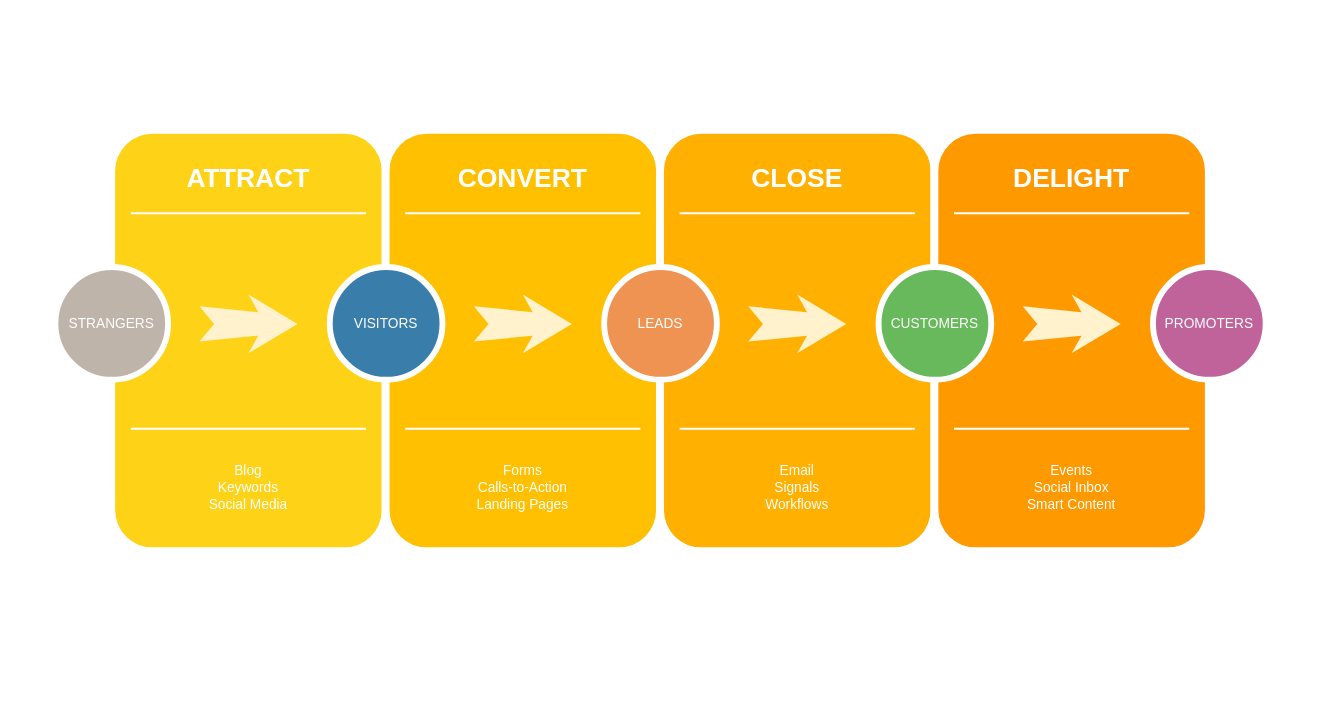
Earlier version of the draw.io diagram Untitled Diagram.drawio (RASAAS/NMPAWORKFLOW). Source tidied: cells renumbered, new cells numbered last; positions are measured from the earlier drawing's top-left corner, leaving out a move shared by most shapes. Both pictures are drawn from the tidied source at 98%, with x=0, y=0 at pixel (55, 129).
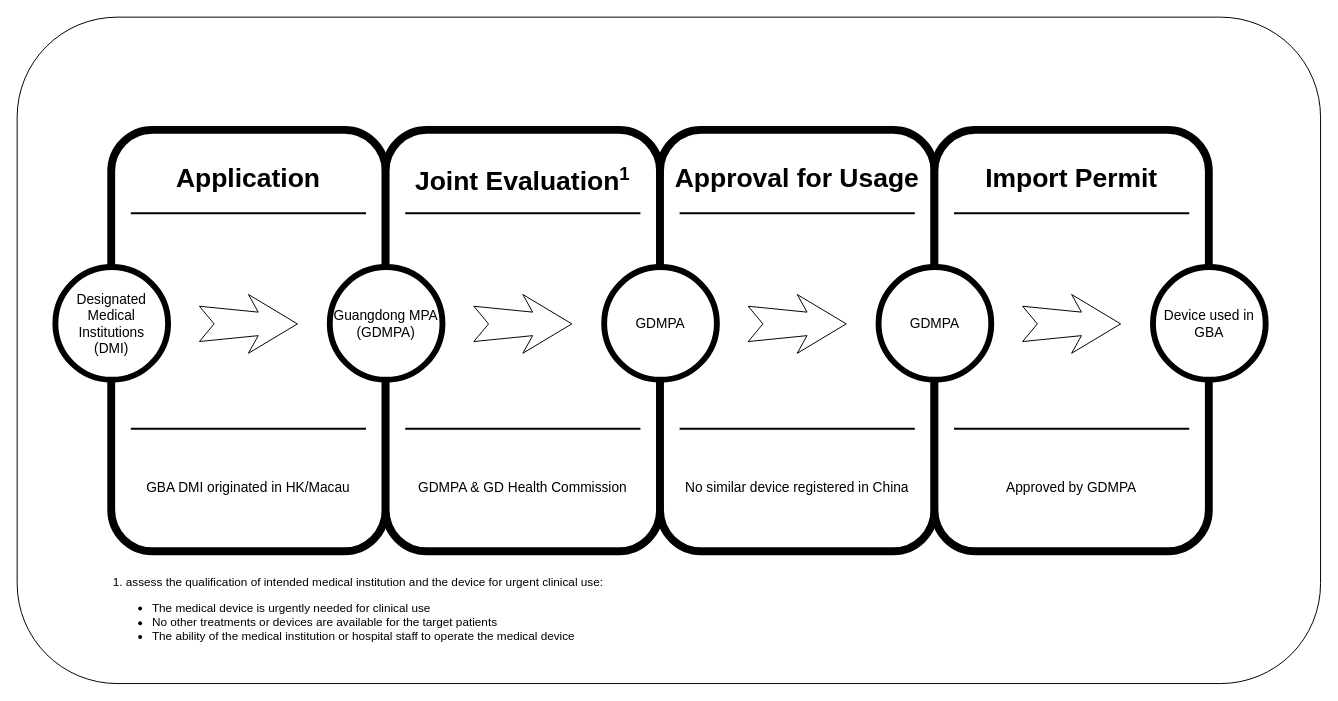
The same diagram, later.

Change to the diagram source:
```diff
@@
+    <mxCell id="31" style="whiteSpace=wrap;html=1;rounded=1;" parent="1" vertex="1">
+      <mxGeometry x="-39" y="-115" width="1330" height="680" as="geometry" />
+    </mxCell>
-    <mxCell id="2" style="whiteSpace=wrap;html=1;rounded=1;shadow=0;strokeWidth=8;fontSize=20;align=center;fillColor=#FED217;strokeColor=#FFFFFF;" parent="1" vertex="1">
+    <mxCell id="2" style="whiteSpace=wrap;html=1;shadow=0;strokeWidth=8;fontSize=20;align=center;rounded=1;" parent="1" vertex="1">
       <mxGeometry x="57" width="280" height="430" as="geometry" />
     </mxCell>
-    <mxCell id="3" value="ATTRACT" style="text;html=1;strokeColor=none;fillColor=none;align=center;verticalAlign=middle;whiteSpace=wrap;rounded=0;shadow=0;fontSize=27;fontColor=#FFFFFF;fontStyle=1;" parent="1" vertex="1">
+    <mxCell id="3" value="Application" style="text;html=1;strokeColor=none;fillColor=none;align=center;verticalAlign=middle;whiteSpace=wrap;shadow=0;fontSize=27;fontStyle=1;rounded=1;" parent="1" vertex="1">
       <mxGeometry x="57" y="20" width="280" height="60" as="geometry" />
     </mxCell>
-    <mxCell id="4" value="Blog&lt;div&gt;Keywords&lt;/div&gt;&lt;div&gt;Social Media&lt;/div&gt;" style="text;html=1;strokeColor=none;fillColor=none;align=center;verticalAlign=middle;whiteSpace=wrap;rounded=0;shadow=0;fontSize=14;fontColor=#FFFFFF;" parent="1" vertex="1">
+    <mxCell id="4" value="GBA DMI originated in&amp;nbsp;HK/Macau" style="text;html=1;strokeColor=none;fillColor=none;align=center;verticalAlign=middle;whiteSpace=wrap;shadow=0;fontSize=14;rounded=1;" parent="1" vertex="1">
       <mxGeometry x="57" y="320" width="280" height="90" as="geometry" />
     </mxCell>
-    <mxCell id="5" style="line;strokeWidth=2;html=1;rounded=0;shadow=0;fontSize=27;align=center;fillColor=none;strokeColor=#FFFFFF;" parent="1" vertex="1">
+    <mxCell id="5" style="line;strokeWidth=2;html=1;shadow=0;fontSize=27;align=center;fillColor=none;rounded=1;" parent="1" vertex="1">
       <mxGeometry x="77" y="80" width="240" height="10" as="geometry" />
     </mxCell>
-    <mxCell id="6" style="line;strokeWidth=2;html=1;rounded=0;shadow=0;fontSize=27;align=center;fillColor=none;strokeColor=#FFFFFF;" parent="1" vertex="1">
+    <mxCell id="6" style="line;strokeWidth=2;html=1;shadow=0;fontSize=27;align=center;fillColor=none;rounded=1;" parent="1" vertex="1">
       <mxGeometry x="77" y="300" width="240" height="10" as="geometry" />
     </mxCell>
-    <mxCell id="7" value="STRANGERS" style="ellipse;whiteSpace=wrap;html=1;rounded=0;shadow=0;strokeWidth=6;fontSize=14;align=center;fillColor=#BFB4A9;strokeColor=#FFFFFF;fontColor=#FFFFFF;" parent="1" vertex="1">
+    <mxCell id="7" value="Designated Medical Institutions&lt;br&gt;(DMI)" style="ellipse;whiteSpace=wrap;html=1;shadow=0;strokeWidth=6;fontSize=14;align=center;rounded=1;" parent="1" vertex="1">
       <mxGeometry y="140" width="115" height="115" as="geometry" />
     </mxCell>
-    <mxCell id="8" style="html=1;shadow=0;dashed=0;align=center;verticalAlign=middle;shape=mxgraph.arrows2.stylisedArrow;dy=0.6;dx=40;notch=15;feather=0.4;rounded=0;strokeWidth=1;fontSize=27;strokeColor=none;fillColor=#fff2cc;" parent="1" vertex="1">
+    <mxCell id="8" style="html=1;shadow=0;dashed=0;align=center;verticalAlign=middle;shape=mxgraph.arrows2.stylisedArrow;dy=0.6;dx=40;notch=15;feather=0.4;strokeWidth=1;fontSize=27;rounded=1;" parent="1" vertex="1">
       <mxGeometry x="147" y="168" width="100" height="60" as="geometry" />
     </mxCell>
-    <mxCell id="9" style="whiteSpace=wrap;html=1;rounded=1;shadow=0;strokeWidth=8;fontSize=20;align=center;fillColor=#FFC001;strokeColor=#FFFFFF;" parent="1" vertex="1">
+    <mxCell id="9" style="whiteSpace=wrap;html=1;shadow=0;strokeWidth=8;fontSize=20;align=center;rounded=1;" parent="1" vertex="1">
       <mxGeometry x="337" width="280" height="430" as="geometry" />
     </mxCell>
-    <mxCell id="10" value="CONVERT" style="text;html=1;strokeColor=none;fillColor=none;align=center;verticalAlign=middle;whiteSpace=wrap;rounded=0;shadow=0;fontSize=27;fontColor=#FFFFFF;fontStyle=1;" parent="1" vertex="1">
+    <mxCell id="10" value="Joint Evaluation&lt;sup&gt;&lt;font style=&quot;font-size: 19px&quot;&gt;1&lt;/font&gt;&lt;/sup&gt;" style="text;html=1;strokeColor=none;fillColor=none;align=center;verticalAlign=middle;whiteSpace=wrap;shadow=0;fontSize=27;fontStyle=1;rounded=1;" parent="1" vertex="1">
       <mxGeometry x="337" y="20" width="280" height="60" as="geometry" />
     </mxCell>
-    <mxCell id="11" value="Forms&lt;div&gt;Calls-to-Action&lt;/div&gt;&lt;div&gt;Landing Pages&lt;/div&gt;" style="text;html=1;strokeColor=none;fillColor=none;align=center;verticalAlign=middle;whiteSpace=wrap;rounded=0;shadow=0;fontSize=14;fontColor=#FFFFFF;" parent="1" vertex="1">
+    <mxCell id="11" value="GDMPA &amp;amp; GD Health Commission" style="text;html=1;strokeColor=none;fillColor=none;align=center;verticalAlign=middle;whiteSpace=wrap;shadow=0;fontSize=14;rounded=1;" parent="1" vertex="1">
       <mxGeometry x="337" y="320" width="280" height="90" as="geometry" />
     </mxCell>
-    <mxCell id="12" style="line;strokeWidth=2;html=1;rounded=0;shadow=0;fontSize=27;align=center;fillColor=none;strokeColor=#FFFFFF;" parent="1" vertex="1">
+    <mxCell id="12" style="line;strokeWidth=2;html=1;shadow=0;fontSize=27;align=center;fillColor=none;rounded=1;" parent="1" vertex="1">
       <mxGeometry x="357" y="80" width="240" height="10" as="geometry" />
     </mxCell>
-    <mxCell id="13" style="line;strokeWidth=2;html=1;rounded=0;shadow=0;fontSize=27;align=center;fillColor=none;strokeColor=#FFFFFF;" parent="1" vertex="1">
+    <mxCell id="13" style="line;strokeWidth=2;html=1;shadow=0;fontSize=27;align=center;fillColor=none;rounded=1;" parent="1" vertex="1">
       <mxGeometry x="357" y="300" width="240" height="10" as="geometry" />
     </mxCell>
-    <mxCell id="14" value="VISITORS" style="ellipse;whiteSpace=wrap;html=1;rounded=0;shadow=0;strokeWidth=6;fontSize=14;align=center;fillColor=#397DAA;strokeColor=#FFFFFF;fontColor=#FFFFFF;" parent="1" vertex="1">
+    <mxCell id="14" value="Guangdong MPA&lt;br&gt;(GDMPA)" style="ellipse;whiteSpace=wrap;html=1;shadow=0;strokeWidth=6;fontSize=14;align=center;rounded=1;" parent="1" vertex="1">
       <mxGeometry x="280" y="140" width="115" height="115" as="geometry" />
     </mxCell>
-    <mxCell id="15" style="html=1;shadow=0;dashed=0;align=center;verticalAlign=middle;shape=mxgraph.arrows2.stylisedArrow;dy=0.6;dx=40;notch=15;feather=0.4;rounded=0;strokeWidth=1;fontSize=27;strokeColor=none;fillColor=#fff2cc;" parent="1" vertex="1">
+    <mxCell id="15" style="html=1;shadow=0;dashed=0;align=center;verticalAlign=middle;shape=mxgraph.arrows2.stylisedArrow;dy=0.6;dx=40;notch=15;feather=0.4;strokeWidth=1;fontSize=27;rounded=1;" parent="1" vertex="1">
       <mxGeometry x="427" y="168" width="100" height="60" as="geometry" />
     </mxCell>
-    <mxCell id="16" style="whiteSpace=wrap;html=1;rounded=1;shadow=0;strokeWidth=8;fontSize=20;align=center;fillColor=#FFB001;strokeColor=#FFFFFF;" parent="1" vertex="1">
+    <mxCell id="16" style="whiteSpace=wrap;html=1;shadow=0;strokeWidth=8;fontSize=20;align=center;rounded=1;" parent="1" vertex="1">
       <mxGeometry x="617" width="280" height="430" as="geometry" />
     </mxCell>
-    <mxCell id="17" value="CLOSE" style="text;html=1;strokeColor=none;fillColor=none;align=center;verticalAlign=middle;whiteSpace=wrap;rounded=0;shadow=0;fontSize=27;fontColor=#FFFFFF;fontStyle=1;" parent="1" vertex="1">
+    <mxCell id="17" value="Approval for Usage" style="text;html=1;strokeColor=none;fillColor=none;align=center;verticalAlign=middle;whiteSpace=wrap;shadow=0;fontSize=27;fontStyle=1;rounded=1;" parent="1" vertex="1">
       <mxGeometry x="617" y="20" width="280" height="60" as="geometry" />
     </mxCell>
-    <mxCell id="18" value="Email&lt;div&gt;Signals&lt;/div&gt;&lt;div&gt;Workflows&lt;/div&gt;" style="text;html=1;strokeColor=none;fillColor=none;align=center;verticalAlign=middle;whiteSpace=wrap;rounded=0;shadow=0;fontSize=14;fontColor=#FFFFFF;" parent="1" vertex="1">
+    <mxCell id="18" value="No similar device registered in China" style="text;html=1;strokeColor=none;fillColor=none;align=center;verticalAlign=middle;whiteSpace=wrap;shadow=0;fontSize=14;rounded=1;" parent="1" vertex="1">
       <mxGeometry x="617" y="320" width="280" height="90" as="geometry" />
     </mxCell>
-    <mxCell id="19" style="line;strokeWidth=2;html=1;rounded=0;shadow=0;fontSize=27;align=center;fillColor=none;strokeColor=#FFFFFF;" parent="1" vertex="1">
+    <mxCell id="19" style="line;strokeWidth=2;html=1;shadow=0;fontSize=27;align=center;fillColor=none;rounded=1;" parent="1" vertex="1">
       <mxGeometry x="637" y="80" width="240" height="10" as="geometry" />
     </mxCell>
-    <mxCell id="20" style="line;strokeWidth=2;html=1;rounded=0;shadow=0;fontSize=27;align=center;fillColor=none;strokeColor=#FFFFFF;" parent="1" vertex="1">
+    <mxCell id="20" style="line;strokeWidth=2;html=1;shadow=0;fontSize=27;align=center;fillColor=none;rounded=1;" parent="1" vertex="1">
       <mxGeometry x="637" y="300" width="240" height="10" as="geometry" />
     </mxCell>
-    <mxCell id="21" value="LEADS" style="ellipse;whiteSpace=wrap;html=1;rounded=0;shadow=0;strokeWidth=6;fontSize=14;align=center;fillColor=#EF9353;strokeColor=#FFFFFF;fontColor=#FFFFFF;" parent="1" vertex="1">
+    <mxCell id="21" value="GDMPA" style="ellipse;whiteSpace=wrap;html=1;shadow=0;strokeWidth=6;fontSize=14;align=center;rounded=1;" parent="1" vertex="1">
       <mxGeometry x="560" y="140" width="115" height="115" as="geometry" />
     </mxCell>
-    <mxCell id="22" style="html=1;shadow=0;dashed=0;align=center;verticalAlign=middle;shape=mxgraph.arrows2.stylisedArrow;dy=0.6;dx=40;notch=15;feather=0.4;rounded=0;strokeWidth=1;fontSize=27;strokeColor=none;fillColor=#fff2cc;" parent="1" vertex="1">
+    <mxCell id="22" style="html=1;shadow=0;dashed=0;align=center;verticalAlign=middle;shape=mxgraph.arrows2.stylisedArrow;dy=0.6;dx=40;notch=15;feather=0.4;strokeWidth=1;fontSize=27;rounded=1;" parent="1" vertex="1">
       <mxGeometry x="707" y="168" width="100" height="60" as="geometry" />
     </mxCell>
-    <mxCell id="23" style="whiteSpace=wrap;html=1;rounded=1;shadow=0;strokeWidth=8;fontSize=20;align=center;fillColor=#FE9900;strokeColor=#FFFFFF;" parent="1" vertex="1">
+    <mxCell id="23" style="whiteSpace=wrap;html=1;shadow=0;strokeWidth=8;fontSize=20;align=center;rounded=1;" parent="1" vertex="1">
       <mxGeometry x="897" width="280" height="430" as="geometry" />
     </mxCell>
-    <mxCell id="24" value="DELIGHT" style="text;html=1;strokeColor=none;fillColor=none;align=center;verticalAlign=middle;whiteSpace=wrap;rounded=0;shadow=0;fontSize=27;fontColor=#FFFFFF;fontStyle=1;" parent="1" vertex="1">
+    <mxCell id="24" value="Import Permit" style="text;html=1;strokeColor=none;fillColor=none;align=center;verticalAlign=middle;whiteSpace=wrap;shadow=0;fontSize=27;fontStyle=1;rounded=1;" parent="1" vertex="1">
       <mxGeometry x="897" y="20" width="280" height="60" as="geometry" />
     </mxCell>
-    <mxCell id="25" value="Events&lt;div&gt;Social Inbox&lt;/div&gt;&lt;div&gt;Smart Content&lt;/div&gt;" style="text;html=1;strokeColor=none;fillColor=none;align=center;verticalAlign=middle;whiteSpace=wrap;rounded=0;shadow=0;fontSize=14;fontColor=#FFFFFF;" parent="1" vertex="1">
+    <mxCell id="25" value="Approved by GDMPA" style="text;html=1;strokeColor=none;fillColor=none;align=center;verticalAlign=middle;whiteSpace=wrap;shadow=0;fontSize=14;rounded=1;" parent="1" vertex="1">
       <mxGeometry x="897" y="320" width="280" height="90" as="geometry" />
     </mxCell>
-    <mxCell id="26" style="line;strokeWidth=2;html=1;rounded=0;shadow=0;fontSize=27;align=center;fillColor=none;strokeColor=#FFFFFF;" parent="1" vertex="1">
+    <mxCell id="26" style="line;strokeWidth=2;html=1;shadow=0;fontSize=27;align=center;fillColor=none;rounded=1;" parent="1" vertex="1">
       <mxGeometry x="917" y="80" width="240" height="10" as="geometry" />
     </mxCell>
-    <mxCell id="27" style="line;strokeWidth=2;html=1;rounded=0;shadow=0;fontSize=27;align=center;fillColor=none;strokeColor=#FFFFFF;" parent="1" vertex="1">
+    <mxCell id="27" style="line;strokeWidth=2;html=1;shadow=0;fontSize=27;align=center;fillColor=none;rounded=1;" parent="1" vertex="1">
       <mxGeometry x="917" y="300" width="240" height="10" as="geometry" />
     </mxCell>
-    <mxCell id="28" value="CUSTOMERS" style="ellipse;whiteSpace=wrap;html=1;rounded=0;shadow=0;strokeWidth=6;fontSize=14;align=center;fillColor=#68B85C;strokeColor=#FFFFFF;fontColor=#FFFFFF;" parent="1" vertex="1">
+    <mxCell id="28" value="GDMPA" style="ellipse;whiteSpace=wrap;html=1;shadow=0;strokeWidth=6;fontSize=14;align=center;rounded=1;" parent="1" vertex="1">
       <mxGeometry x="840" y="140" width="115" height="115" as="geometry" />
     </mxCell>
-    <mxCell id="29" style="html=1;shadow=0;dashed=0;align=center;verticalAlign=middle;shape=mxgraph.arrows2.stylisedArrow;dy=0.6;dx=40;notch=15;feather=0.4;rounded=0;strokeWidth=1;fontSize=27;strokeColor=none;fillColor=#fff2cc;" parent="1" vertex="1">
+    <mxCell id="29" style="html=1;shadow=0;dashed=0;align=center;verticalAlign=middle;shape=mxgraph.arrows2.stylisedArrow;dy=0.6;dx=40;notch=15;feather=0.4;strokeWidth=1;fontSize=27;rounded=1;" parent="1" vertex="1">
       <mxGeometry x="987" y="168" width="100" height="60" as="geometry" />
     </mxCell>
-    <mxCell id="30" value="PROMOTERS" style="ellipse;whiteSpace=wrap;html=1;rounded=0;shadow=0;strokeWidth=6;fontSize=14;align=center;fillColor=#BF639A;strokeColor=#FFFFFF;fontColor=#FFFFFF;" parent="1" vertex="1">
+    <mxCell id="30" value="Device used in GBA" style="ellipse;whiteSpace=wrap;html=1;shadow=0;strokeWidth=6;fontSize=14;align=center;rounded=1;" parent="1" vertex="1">
       <mxGeometry x="1120" y="140" width="115" height="115" as="geometry" />
     </mxCell>
+    <mxCell id="32" value="1.&amp;nbsp;assess the qualification of intended medical institution and the device for urgent clinical use:&lt;br&gt;&lt;div&gt;&lt;ul&gt;&lt;li&gt;The medical device is urgently needed for clinical use&lt;/li&gt;&lt;li&gt;No other treatments or devices are available for the target patients&lt;/li&gt;&lt;li&gt;The ability of the medical institution or hospital staff to operate the medical device&lt;/li&gt;&lt;/ul&gt;&lt;/div&gt;&lt;div&gt;&lt;span&gt;  &lt;/span&gt;&lt;/div&gt;&lt;div&gt;&lt;span&gt;  &lt;/span&gt;&lt;/div&gt;" style="text;html=1;strokeColor=none;fillColor=none;align=left;verticalAlign=middle;whiteSpace=wrap;rounded=1;" parent="1" vertex="1">
+      <mxGeometry x="57" y="485" width="530" height="20" as="geometry" />
+    </mxCell>
```
